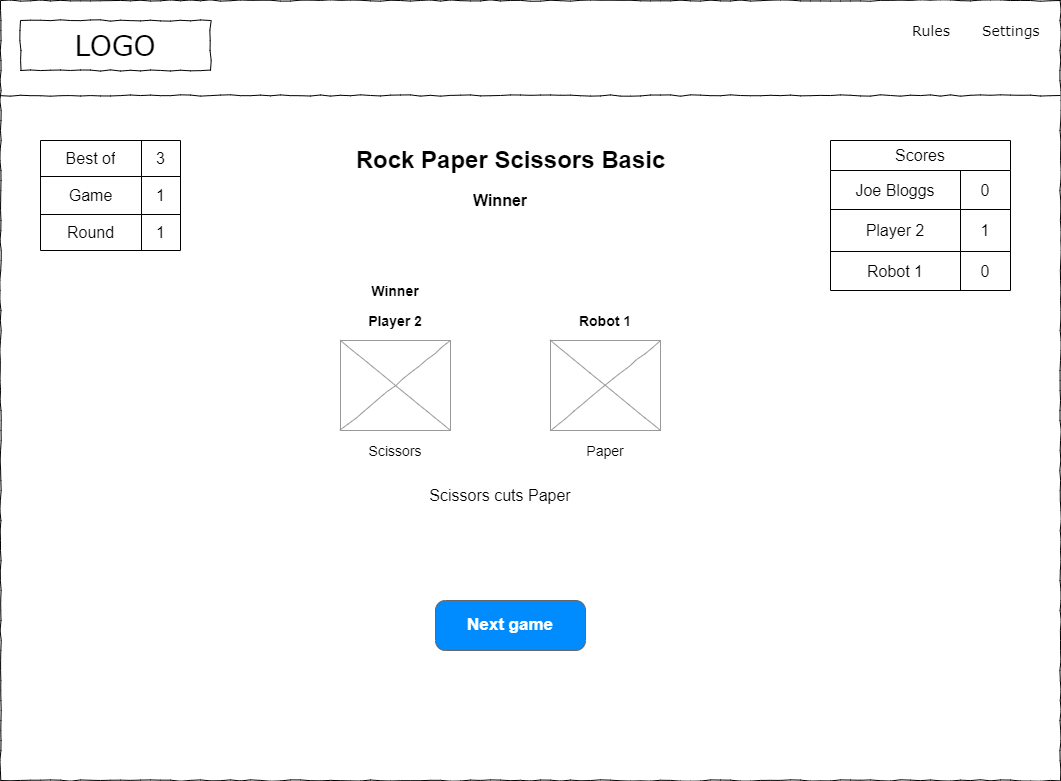
Earlier version of the draw.io export design/img/rps-xtreme-game-result-large.drawio.png (ibuttimer/rock-paper-scissors-xtreme). Source tidied: cells renumbered, new cells last; positions are measured from the earlier drawing's top-left corner, leaving out a move shared by most shapes.
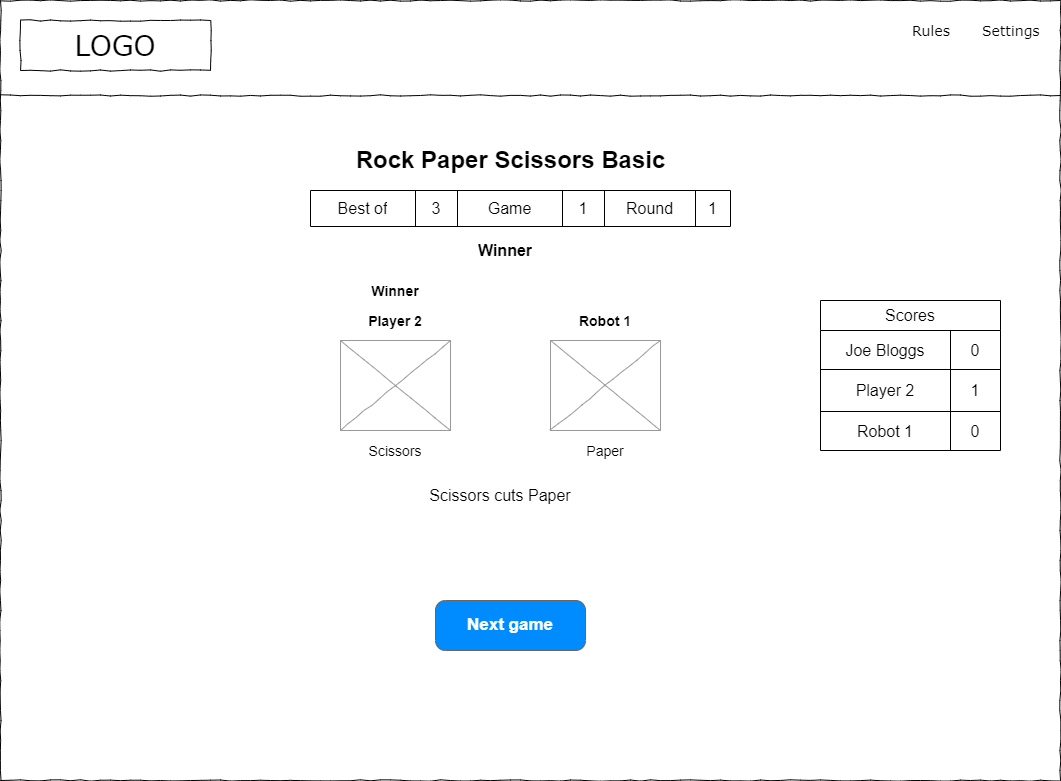
The same diagram one commit later.

Diff of the diagram source:
```diff
@@ -58,7 +58,7 @@
       </mxCell>
     </object>
     <mxCell id="17" value="Scores" style="shape=table;html=1;whiteSpace=wrap;startSize=30;fontSize=16;" parent="1" vertex="1">
-      <mxGeometry x="830" y="140" width="180" height="150" as="geometry" />
+      <mxGeometry x="820" y="300" width="180" height="150" as="geometry" />
     </mxCell>
     <mxCell id="18" style="shape=tableRow;horizontal=0;startSize=0;swimlaneHead=0;swimlaneBody=0;top=0;left=0;bottom=0;right=0;fillColor=none;fontSize=16;" parent="17" vertex="1">
       <mxGeometry y="30" width="180" height="39" as="geometry" />
@@ -89,38 +89,32 @@
     </mxCell>
     <object id="27" label="&lt;b style=&quot;&quot;&gt;&lt;font style=&quot;font-size: 16px;&quot;&gt;Winner&lt;/font&gt;&lt;/b&gt;" name="Variable" placeholders="1">
       <mxCell style="text;html=1;strokeColor=none;fillColor=none;align=center;verticalAlign=middle;whiteSpace=wrap;overflow=hidden;" parent="1" vertex="1">
-        <mxGeometry x="420" y="180" width="160" height="40" as="geometry" />
+        <mxGeometry x="425" y="230" width="160" height="40" as="geometry" />
       </mxCell>
     </object>
-    <mxCell id="28" style="shape=table;html=1;whiteSpace=wrap;startSize=0;fontSize=16;" parent="1" vertex="1">
-      <mxGeometry x="40" y="140" width="140" height="110" as="geometry" />
-    </mxCell>
-    <mxCell id="29" style="shape=tableRow;horizontal=0;startSize=0;swimlaneHead=0;swimlaneBody=0;top=0;left=0;bottom=0;right=0;fillColor=none;fontSize=16;" parent="28" vertex="1">
-      <mxGeometry width="140" height="36" as="geometry" />
-    </mxCell>
+    <mxCell id="38" style="shape=table;html=1;whiteSpace=wrap;startSize=0;fontSize=16;" parent="1" vertex="1">
+      <mxGeometry x="310" y="190" width="420" height="36" as="geometry" />
+    </mxCell>
+    <mxCell id="39" style="shape=tableRow;horizontal=0;startSize=0;swimlaneHead=0;swimlaneBody=0;top=0;left=0;bottom=0;right=0;fillColor=none;fontSize=16;" parent="38" vertex="1">
+      <mxGeometry width="420" height="36" as="geometry" />
+    </mxCell>
-    <mxCell id="30" value="Best of" style="shape=partialRectangle;html=1;whiteSpace=wrap;fillColor=none;top=0;left=0;bottom=0;right=0;overflow=hidden;fontSize=16;" parent="29" vertex="1">
-      <mxGeometry width="101" height="36" as="geometry" />
+    <mxCell id="30" value="Best of" style="shape=partialRectangle;html=1;whiteSpace=wrap;fillColor=none;top=0;left=0;bottom=0;right=0;overflow=hidden;fontSize=16;" parent="39" vertex="1">
+      <mxGeometry width="105" height="36" as="geometry" />
     </mxCell>
-    <mxCell id="31" value="3" style="shape=partialRectangle;html=1;whiteSpace=wrap;fillColor=none;top=0;left=0;bottom=0;right=0;overflow=hidden;fontSize=16;" parent="29" vertex="1">
-      <mxGeometry x="101" width="39" height="36" as="geometry" />
+    <mxCell id="31" value="3" style="shape=partialRectangle;html=1;whiteSpace=wrap;fillColor=none;top=0;left=0;bottom=0;right=0;overflow=hidden;fontSize=16;" parent="39" vertex="1">
+      <mxGeometry x="105" width="42" height="36" as="geometry" />
     </mxCell>
-    <mxCell id="32" style="shape=tableRow;horizontal=0;startSize=0;swimlaneHead=0;swimlaneBody=0;top=0;left=0;bottom=0;right=0;fillColor=none;fontSize=16;" parent="28" vertex="1">
-      <mxGeometry y="36" width="140" height="38" as="geometry" />
-    </mxCell>
-    <mxCell id="33" value="Game" style="shape=partialRectangle;html=1;whiteSpace=wrap;fillColor=none;top=0;left=0;bottom=0;right=0;overflow=hidden;fontSize=16;" parent="32" vertex="1">
-      <mxGeometry width="101" height="38" as="geometry" />
+    <mxCell id="33" value="Game" style="shape=partialRectangle;html=1;whiteSpace=wrap;fillColor=none;top=0;left=0;bottom=0;right=0;overflow=hidden;fontSize=16;" parent="39" vertex="1">
+      <mxGeometry x="147" width="105" height="36" as="geometry" />
     </mxCell>
-    <mxCell id="34" value="1" style="shape=partialRectangle;html=1;whiteSpace=wrap;fillColor=none;top=0;left=0;bottom=0;right=0;overflow=hidden;fontSize=16;" parent="32" vertex="1">
-      <mxGeometry x="101" width="39" height="38" as="geometry" />
-    </mxCell>
-    <mxCell id="35" style="shape=tableRow;horizontal=0;startSize=0;swimlaneHead=0;swimlaneBody=0;top=0;left=0;bottom=0;right=0;fillColor=none;fontSize=16;" parent="28" vertex="1">
-      <mxGeometry y="74" width="140" height="36" as="geometry" />
-    </mxCell>
+    <mxCell id="40" value="1" style="shape=partialRectangle;html=1;whiteSpace=wrap;fillColor=none;top=0;left=0;bottom=0;right=0;overflow=hidden;fontSize=16;" parent="39" vertex="1">
+      <mxGeometry x="252" width="42" height="36" as="geometry" />
+    </mxCell>
-    <mxCell id="36" value="Round" style="shape=partialRectangle;html=1;whiteSpace=wrap;fillColor=none;top=0;left=0;bottom=0;right=0;overflow=hidden;fontSize=16;" parent="35" vertex="1">
-      <mxGeometry width="101" height="36" as="geometry" />
+    <mxCell id="36" value="Round" style="shape=partialRectangle;html=1;whiteSpace=wrap;fillColor=none;top=0;left=0;bottom=0;right=0;overflow=hidden;fontSize=16;" parent="39" vertex="1">
+      <mxGeometry x="294" width="91" height="36" as="geometry" />
     </mxCell>
-    <mxCell id="37" value="1" style="shape=partialRectangle;html=1;whiteSpace=wrap;fillColor=none;top=0;left=0;bottom=0;right=0;overflow=hidden;fontSize=16;" parent="35" vertex="1">
-      <mxGeometry x="101" width="39" height="36" as="geometry" />
-    </mxCell>
+    <mxCell id="41" value="1" style="shape=partialRectangle;html=1;whiteSpace=wrap;fillColor=none;top=0;left=0;bottom=0;right=0;overflow=hidden;fontSize=16;" parent="39" vertex="1">
+      <mxGeometry x="385" width="35" height="36" as="geometry" />
+    </mxCell>
   </root>
 </mxGraphModel>
```
